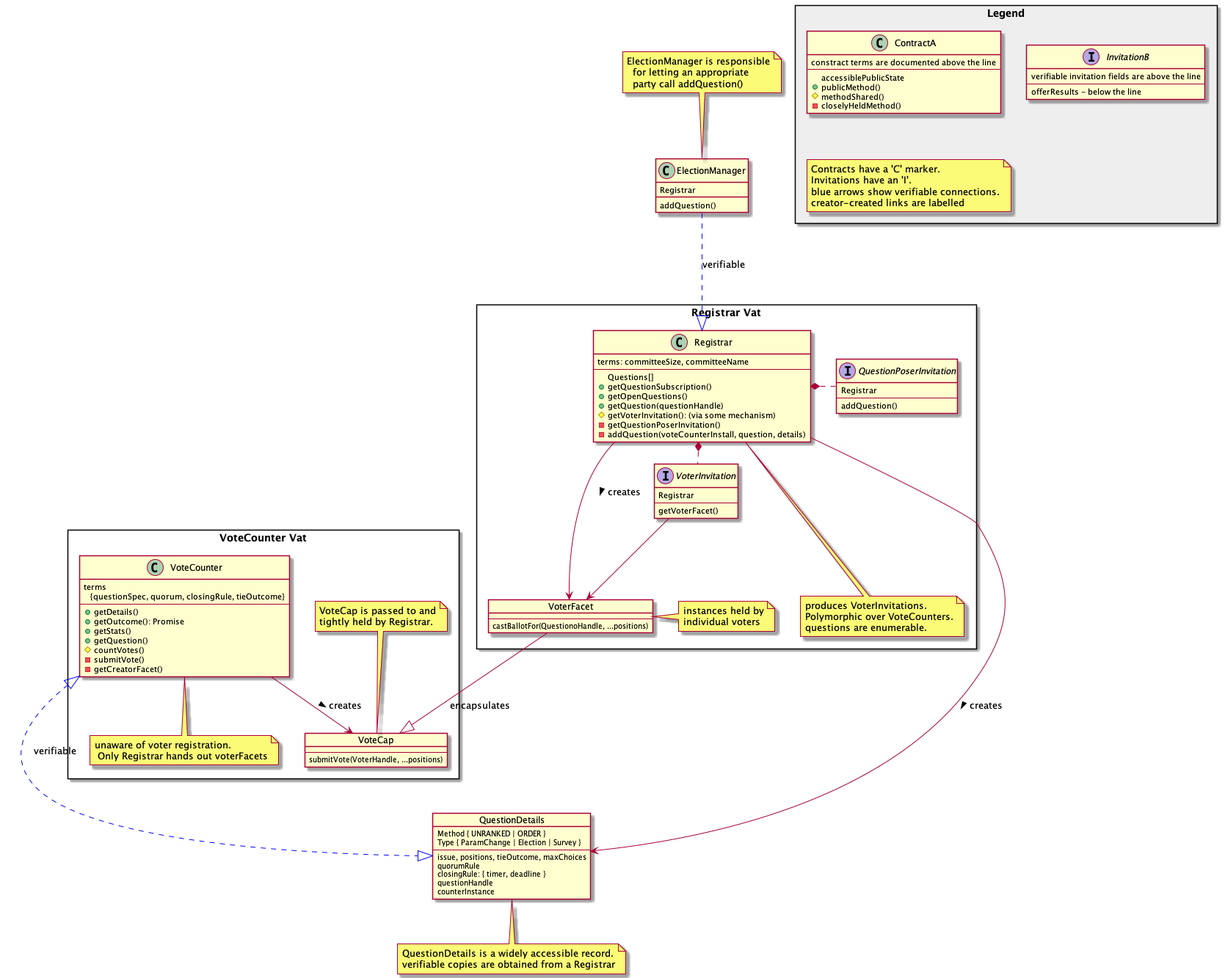
Agoric/agoric-sdk keeps this PlantUML diagram as packages/governance/docs/coreArchitecture.png. Above is the earlier version.
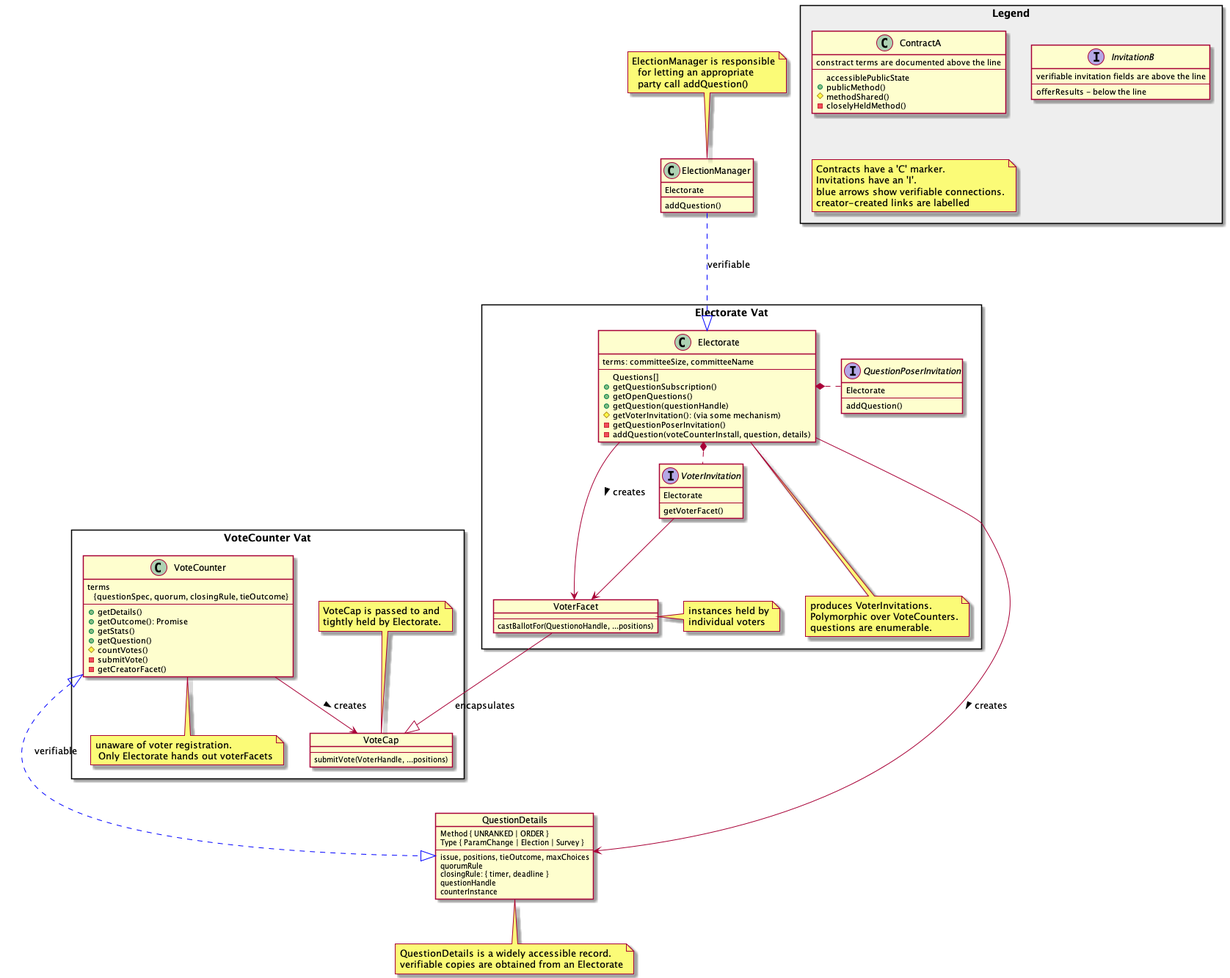
After the commit.

Commit message:
docs: regenerate governance diagrams

What changed in the source:
```diff
@@ -1,4 +1,4 @@
-@startuml governance invitation linkages
+@startuml coreArchitecture
 
 package Legend <<Rectangle>> #EEEEEE {
 
@@ -20,8 +20,8 @@
     note "Contracts have a 'C' marker.\nInvitations have an 'I'.\nblue arrows show verifiable connections.\ncreator-created links are labelled" as NC
 }
 
-package "Registrar Vat" <<Rectangle>>  {
-    class Registrar {
+package "Electorate Vat" <<Rectangle>>  {
+    class Electorate {
         terms: committeeSize, committeeName
         --
         Questions[]
@@ -34,16 +34,16 @@
     }
 
     note "produces VoterInvitations.\nPolymorphic over VoteCounters.\nquestions are enumerable." as N1
-    Registrar .. N1
+    Electorate .. N1
 
     interface QuestionPoserInvitation {
-        Registrar
+        Electorate
         --
         addQuestion()
     }
 
     interface VoterInvitation {
-        Registrar
+        Electorate
         --
         getVoterFacet()
     }
@@ -55,7 +55,7 @@
     note "instances held by\nindividual voters" as NVF
     VoterFacet . NVF
 
-    Registrar --> VoterFacet : creates >
+    Electorate --> VoterFacet : creates >
 }
 
 object QuestionDetails {
@@ -69,7 +69,7 @@
     counterInstance
 }
 
-note "QuestionDetails is a widely accessible record.\nverifiable copies are obtained from a Registrar" as N3
+note "QuestionDetails is a widely accessible record.\nverifiable copies are obtained from an Electorate" as N3
 QuestionDetails .. N3
 
 package "VoteCounter Vat" <<Rectangle>>  {
@@ -89,26 +89,26 @@
         ---
         submitVote(VoterHandle, ...positions)
     }
-    note top: VoteCap is passed to and\ntightly held by Registrar.
+    note top: VoteCap is passed to and\ntightly held by Electorate.
 
-    note "unaware of voter registration.\n Only Registrar hands out voterFacets" as N2
+    note "unaware of voter registration.\n Only Electorate hands out voterFacets" as N2
     VoteCounter .. N2
 
     VoteCounter --> VoteCap : creates >
 }
 
 class ElectionManager {
-    Registrar
+    Electorate
     addQuestion()
 }
 note top : ElectionManager is responsible\n  for letting an appropriate\n  party call addQuestion()
 
-ElectionManager -.[#blue]-|> Registrar : verifiable
+ElectionManager -.[#blue]-|> Electorate : verifiable
 
-Registrar *. VoterInvitation
-Registrar *. QuestionPoserInvitation
+Electorate *. VoterInvitation
+Electorate *. QuestionPoserInvitation
 VoterInvitation -> VoterFacet
-Registrar -> QuestionDetails : creates >
+Electorate -> QuestionDetails : creates >
 VoteCounter <|-.[#blue]-|> QuestionDetails : verifiable
 
 VoterFacet --|> VoteCap : encapsulates
```
